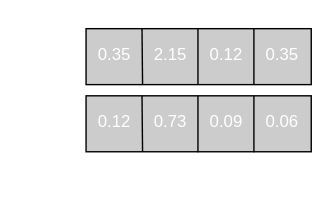
Before: assets/ce_softmax.svg, a diagram exported from draw.io (chad2/ann_opencl). Source tidied: cells renumbered, new cells last; positions are measured from the earlier drawing's top-left corner, leaving out a move shared by most shapes.
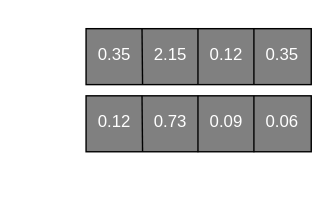
Above is the later version.

Change to the diagram source:
```diff
@@ -5,7 +5,7 @@
     <mxCell id="2" value="&lt;font style=&quot;font-size: 20px&quot;&gt;$$s$$&lt;/font&gt;" style="text;html=1;strokeColor=none;fillColor=none;align=center;verticalAlign=middle;whiteSpace=wrap;rounded=0;shadow=0;glass=0;comic=0;fontColor=#FFFFFF;labelBorderColor=none;" parent="1" vertex="1">
       <mxGeometry x="2" y="25" width="40" height="20" as="geometry" />
     </mxCell>
-    <mxCell id="3" style="rounded=0;whiteSpace=wrap;html=1;shadow=0;glass=0;comic=0;fontColor=#FFFFFF;labelBorderColor=none;fillColor=#CCCCCC;" parent="1" vertex="1">
+    <mxCell id="3" style="rounded=0;whiteSpace=wrap;html=1;shadow=0;glass=0;comic=0;fontColor=#FFFFFF;labelBorderColor=none;fillColor=#808080;" parent="1" vertex="1">
       <mxGeometry x="54" y="20" width="161" height="40" as="geometry" />
     </mxCell>
     <mxCell id="4" style="endArrow=none;html=1;exitX=0.25;exitY=1;fontColor=#FFFFFF;labelBorderColor=none;" parent="1" edge="1" source="3">
@@ -49,7 +49,7 @@
     <mxCell id="14" value="3" style="text;html=1;strokeColor=none;fillColor=none;align=center;verticalAlign=middle;whiteSpace=wrap;rounded=0;shadow=0;glass=0;comic=0;fontColor=#FFFFFF;labelBorderColor=none;" parent="1" vertex="1">
       <mxGeometry x="174" width="40" height="20" as="geometry" />
     </mxCell>
-    <mxCell id="15" style="rounded=0;whiteSpace=wrap;html=1;shadow=0;glass=0;comic=0;fontColor=#FFFFFF;labelBorderColor=none;fillColor=#CCCCCC;" parent="1" vertex="1">
+    <mxCell id="15" style="rounded=0;whiteSpace=wrap;html=1;shadow=0;glass=0;comic=0;fontColor=#FFFFFF;labelBorderColor=none;fillColor=#808080;" parent="1" vertex="1">
       <mxGeometry x="54" y="68" width="161" height="40" as="geometry" />
     </mxCell>
     <mxCell id="16" style="endArrow=none;html=1;exitX=0.25;exitY=1;fontColor=#FFFFFF;labelBorderColor=none;" parent="1" edge="1" source="15">
```
